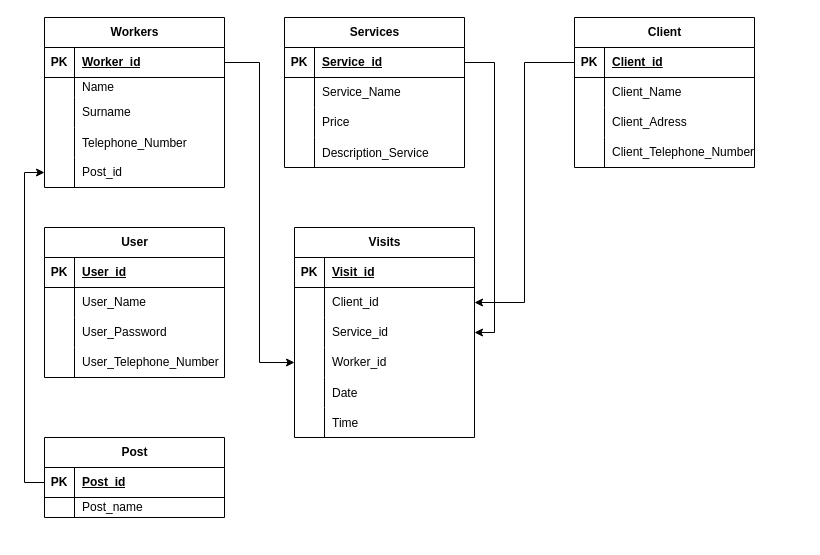
Above: UML/Проект базы данных.drawio in shtorm901/Beauty_Studio_Data_Base (draw.io), before the change. Source tidied: cells renumbered, new cells numbered last; positions are measured from the earlier drawing's top-left corner, leaving out a move shared by most shapes. Both pictures are drawn from the tidied source at 100%, with x=0, y=0 at pixel (44, 17).
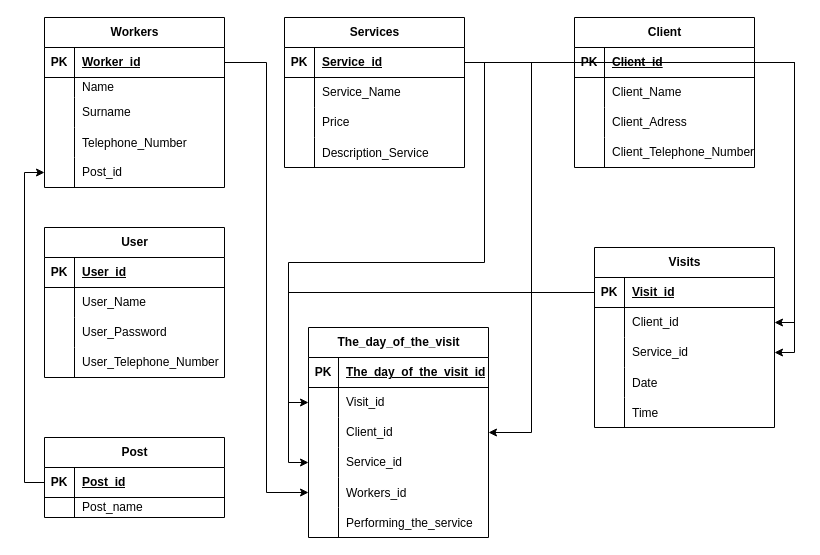
The same diagram, later.

The change refers to these unchanged cells:
```xml
<mxCell id="3" style="shape=tableRow;horizontal=0;startSize=0;swimlaneHead=0;swimlaneBody=0;fillColor=none;points=[[0,0.5],[1,0.5]];portConstraint=eastwest;top=0;left=0;right=0;bottom=1;" parent="2" vertex="1">
  <mxGeometry y="30" width="180" height="30" as="geometry" />
</mxCell>
<mxCell id="40" style="shape=tableRow;horizontal=0;startSize=0;swimlaneHead=0;swimlaneBody=0;fillColor=none;points=[[0,0.5],[1,0.5]];portConstraint=eastwest;top=0;left=0;right=0;bottom=1;" parent="39" vertex="1">
  <mxGeometry y="30" width="180" height="30" as="geometry" />
</mxCell>
<mxCell id="53" style="shape=tableRow;horizontal=0;startSize=0;swimlaneHead=0;swimlaneBody=0;fillColor=none;points=[[0,0.5],[1,0.5]];portConstraint=eastwest;top=0;left=0;right=0;bottom=1;" parent="52" vertex="1">
  <mxGeometry y="30" width="180" height="30" as="geometry" />
</mxCell>
<mxCell id="66" style="shape=tableRow;horizontal=0;startSize=0;swimlaneHead=0;swimlaneBody=0;fillColor=none;points=[[0,0.5],[1,0.5]];portConstraint=eastwest;top=0;left=0;right=0;bottom=1;" parent="65" vertex="1">
  <mxGeometry y="30" width="180" height="30" as="geometry" />
</mxCell>
```

The edit, as a diff of the source:
```diff
@@
     <mxCell id="65" value="Visits" style="shape=table;startSize=30;childLayout=tableLayout;rowLines=0;fontStyle=1;align=center;html=1;" parent="1" vertex="1">
-      <mxGeometry x="250" y="210" width="180" height="210" as="geometry" />
+      <mxGeometry x="550" y="230" width="180" height="180" as="geometry" />
     </mxCell>
@@
-    <mxCell id="75" style="shape=tableRow;horizontal=0;startSize=0;swimlaneHead=0;swimlaneBody=0;fillColor=none;points=[[0,0.5],[1,0.5]];portConstraint=eastwest;top=0;left=0;right=0;bottom=0;" parent="65" vertex="1">
-      <mxGeometry y="120" width="180" height="30" as="geometry" />
-    </mxCell>
-    <mxCell id="76" style="shape=partialRectangle;fillColor=none;top=0;left=0;bottom=0;right=0;overflow=hidden;whiteSpace=wrap;html=1;" parent="75" vertex="1">
-      <mxGeometry width="30" height="30" as="geometry" />
-    </mxCell>
-    <mxCell id="77" value="Worker_id" style="shape=partialRectangle;fillColor=none;top=0;left=0;bottom=0;right=0;align=left;spacingLeft=6;overflow=hidden;whiteSpace=wrap;html=1;" parent="75" vertex="1">
-      <mxGeometry x="30" width="150" height="30" as="geometry" />
-    </mxCell>
     <mxCell id="78" style="shape=tableRow;horizontal=0;startSize=0;swimlaneHead=0;swimlaneBody=0;fillColor=none;top=0;left=0;right=0;bottom=0;" parent="65" vertex="1">
-      <mxGeometry y="150" width="180" height="30" as="geometry" />
+      <mxGeometry y="120" width="180" height="30" as="geometry" />
     </mxCell>
@@
     <mxCell id="81" style="shape=tableRow;horizontal=0;startSize=0;swimlaneHead=0;swimlaneBody=0;fillColor=none;top=0;left=0;right=0;bottom=0;" parent="65" vertex="1">
-      <mxGeometry y="180" width="180" height="30" as="geometry" />
+      <mxGeometry y="150" width="180" height="30" as="geometry" />
     </mxCell>
@@
-    <mxCell id="84" style="edgeStyle=orthogonalEdgeStyle;rounded=0;jettySize=auto;html=1;entryX=0;entryY=0.5;entryDx=0;entryDy=0;" parent="1" edge="1" source="3" target="75">
-      <mxGeometry relative="1" as="geometry" />
-    </mxCell>
@@
+    <mxCell id="87" value="The_day_of_the_visit" style="shape=table;startSize=30;childLayout=tableLayout;rowLines=0;fontStyle=1;align=center;html=1;" parent="1" vertex="1">
+      <mxGeometry x="264" y="310" width="180" height="210" as="geometry" />
+    </mxCell>
+    <mxCell id="88" style="shape=tableRow;horizontal=0;startSize=0;swimlaneHead=0;swimlaneBody=0;fillColor=none;top=0;left=0;right=0;bottom=1;" parent="87" vertex="1">
+      <mxGeometry y="30" width="180" height="30" as="geometry" />
+    </mxCell>
+    <mxCell id="89" value="PK" style="shape=partialRectangle;fillColor=none;top=0;left=0;bottom=0;right=0;fontStyle=1;overflow=hidden;whiteSpace=wrap;html=1;" parent="88" vertex="1">
+      <mxGeometry width="30" height="30" as="geometry" />
+    </mxCell>
+    <mxCell id="90" value="The_day_of_the_visit_id" style="shape=partialRectangle;fillColor=none;top=0;left=0;bottom=0;right=0;align=left;spacingLeft=6;fontStyle=5;overflow=hidden;whiteSpace=wrap;html=1;" parent="88" vertex="1">
+      <mxGeometry x="30" width="150" height="30" as="geometry" />
+    </mxCell>
+    <mxCell id="91" style="shape=tableRow;horizontal=0;startSize=0;swimlaneHead=0;swimlaneBody=0;fillColor=none;points=[[0,0.5],[1,0.5]];portConstraint=eastwest;top=0;left=0;right=0;bottom=0;" parent="87" vertex="1">
+      <mxGeometry y="60" width="180" height="30" as="geometry" />
+    </mxCell>
+    <mxCell id="92" style="shape=partialRectangle;fillColor=none;top=0;left=0;bottom=0;right=0;overflow=hidden;whiteSpace=wrap;html=1;" parent="91" vertex="1">
+      <mxGeometry width="30" height="30" as="geometry" />
+    </mxCell>
+    <mxCell id="93" value="Visit_id" style="shape=partialRectangle;fillColor=none;top=0;left=0;bottom=0;right=0;align=left;spacingLeft=6;overflow=hidden;whiteSpace=wrap;html=1;" parent="91" vertex="1">
+      <mxGeometry x="30" width="150" height="30" as="geometry" />
+    </mxCell>
+    <mxCell id="94" style="shape=tableRow;horizontal=0;startSize=0;swimlaneHead=0;swimlaneBody=0;fillColor=none;points=[[0,0.5],[1,0.5]];portConstraint=eastwest;top=0;left=0;right=0;bottom=0;" parent="87" vertex="1">
+      <mxGeometry y="90" width="180" height="30" as="geometry" />
+    </mxCell>
+    <mxCell id="95" style="shape=partialRectangle;fillColor=none;top=0;left=0;bottom=0;right=0;overflow=hidden;whiteSpace=wrap;html=1;" parent="94" vertex="1">
+      <mxGeometry width="30" height="30" as="geometry" />
+    </mxCell>
+    <mxCell id="96" value="Client_id" style="shape=partialRectangle;fillColor=none;top=0;left=0;bottom=0;right=0;align=left;spacingLeft=6;overflow=hidden;whiteSpace=wrap;html=1;" parent="94" vertex="1">
+      <mxGeometry x="30" width="150" height="30" as="geometry" />
+    </mxCell>
+    <mxCell id="75" style="shape=tableRow;horizontal=0;startSize=0;swimlaneHead=0;swimlaneBody=0;fillColor=none;points=[[0,0.5],[1,0.5]];portConstraint=eastwest;top=0;left=0;right=0;bottom=0;" parent="87" vertex="1">
+      <mxGeometry y="120" width="180" height="30" as="geometry" />
+    </mxCell>
+    <mxCell id="97" style="shape=partialRectangle;fillColor=none;top=0;left=0;bottom=0;right=0;overflow=hidden;whiteSpace=wrap;html=1;" parent="75" vertex="1">
+      <mxGeometry width="30" height="30" as="geometry" />
+    </mxCell>
+    <mxCell id="98" value="Service_id" style="shape=partialRectangle;fillColor=none;top=0;left=0;bottom=0;right=0;align=left;spacingLeft=6;overflow=hidden;whiteSpace=wrap;html=1;" parent="75" vertex="1">
+      <mxGeometry x="30" width="150" height="30" as="geometry" />
+    </mxCell>
+    <mxCell id="99" style="shape=tableRow;horizontal=0;startSize=0;swimlaneHead=0;swimlaneBody=0;fillColor=none;points=[[0,0.5],[1,0.5]];portConstraint=eastwest;top=0;left=0;right=0;bottom=0;" parent="87" vertex="1">
+      <mxGeometry y="150" width="180" height="30" as="geometry" />
+    </mxCell>
+    <mxCell id="100" style="shape=partialRectangle;fillColor=none;top=0;left=0;bottom=0;right=0;overflow=hidden;" parent="99" vertex="1">
+      <mxGeometry width="30" height="30" as="geometry" />
+    </mxCell>
+    <mxCell id="101" value="Workers_id" style="shape=partialRectangle;fillColor=none;top=0;left=0;bottom=0;right=0;align=left;spacingLeft=6;overflow=hidden;" parent="99" vertex="1">
+      <mxGeometry x="30" width="150" height="30" as="geometry" />
+    </mxCell>
+    <mxCell id="102" style="shape=tableRow;horizontal=0;startSize=0;swimlaneHead=0;swimlaneBody=0;fillColor=none;top=0;left=0;right=0;bottom=0;" parent="87" vertex="1">
+      <mxGeometry y="180" width="180" height="30" as="geometry" />
+    </mxCell>
+    <mxCell id="103" style="shape=partialRectangle;fillColor=none;top=0;left=0;bottom=0;right=0;overflow=hidden;" parent="102" vertex="1">
+      <mxGeometry width="30" height="30" as="geometry" />
+    </mxCell>
+    <mxCell id="104" value="Performing_the_service" style="shape=partialRectangle;fillColor=none;top=0;left=0;bottom=0;right=0;align=left;spacingLeft=6;overflow=hidden;" parent="102" vertex="1">
+      <mxGeometry x="30" width="150" height="30" as="geometry" />
+    </mxCell>
+    <mxCell id="105" style="edgeStyle=orthogonalEdgeStyle;rounded=0;jettySize=auto;html=1;entryX=0;entryY=0.5;entryDx=0;entryDy=0;" parent="1" edge="1" source="66" target="91">
+      <mxGeometry relative="1" as="geometry" />
+    </mxCell>
+    <mxCell id="106" style="edgeStyle=orthogonalEdgeStyle;rounded=0;jettySize=auto;html=1;entryX=1;entryY=0.5;entryDx=0;entryDy=0;" parent="1" edge="1" source="40" target="94">
+      <mxGeometry relative="1" as="geometry" />
+    </mxCell>
+    <mxCell id="107" style="edgeStyle=orthogonalEdgeStyle;rounded=0;jettySize=auto;html=1;entryX=0;entryY=0.5;entryDx=0;entryDy=0;" parent="1" edge="1" source="53" target="75">
+      <mxGeometry relative="1" as="geometry" />
+    </mxCell>
+    <mxCell id="108" style="edgeStyle=orthogonalEdgeStyle;rounded=0;jettySize=auto;html=1;entryX=0;entryY=0.5;entryDx=0;entryDy=0;" parent="1" edge="1" source="3" target="99">
+      <mxGeometry relative="1" as="geometry" />
+    </mxCell>
```
